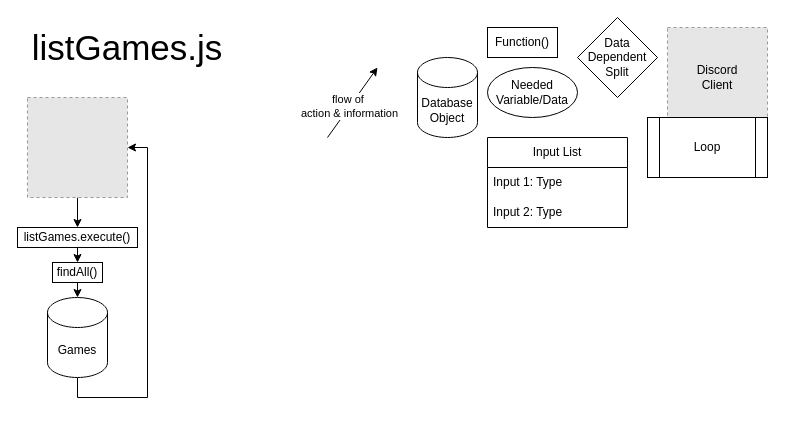
The draw.io diagram DeclutteredAttempt1/commands/Diagrams/listGames.drawio in SnageTheSnakeMage/discordLegacyBot, before the edit. Source tidied: cells renumbered, new cells numbered last; positions are measured from the earlier drawing's top-left corner, leaving out a move shared by most shapes. Both pictures are drawn from the tidied source at 100%, with x=0, y=0 at pixel (17, 17). Pictures stored in the file or linked from it are replaced by grey dashed boxes.
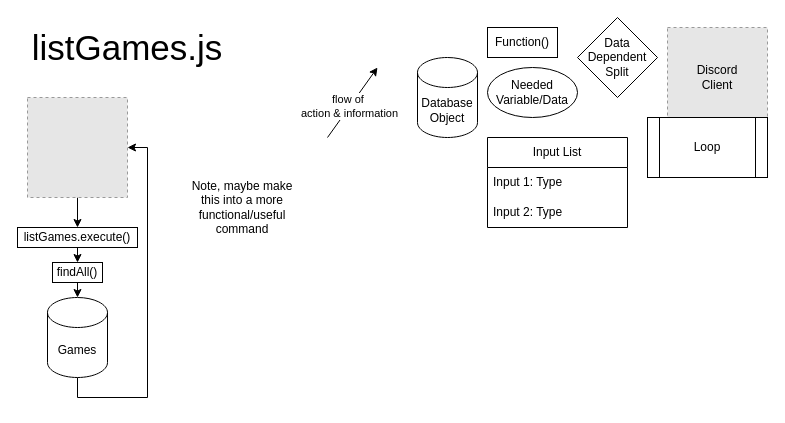
The same page after the edit.

What changed in the source:
```diff
@@
+    <mxCell id="23" value="Note, maybe make this into a more functional&lt;span style=&quot;background-color: transparent; color: light-dark(rgb(0, 0, 0), rgb(255, 255, 255));&quot;&gt;/useful command&lt;/span&gt;" style="text;html=1;whiteSpace=wrap;strokeColor=none;fillColor=none;align=center;verticalAlign=middle;rounded=0;" parent="1" vertex="1">
+      <mxGeometry x="170" y="150" width="110" height="80" as="geometry" />
+    </mxCell>
```
